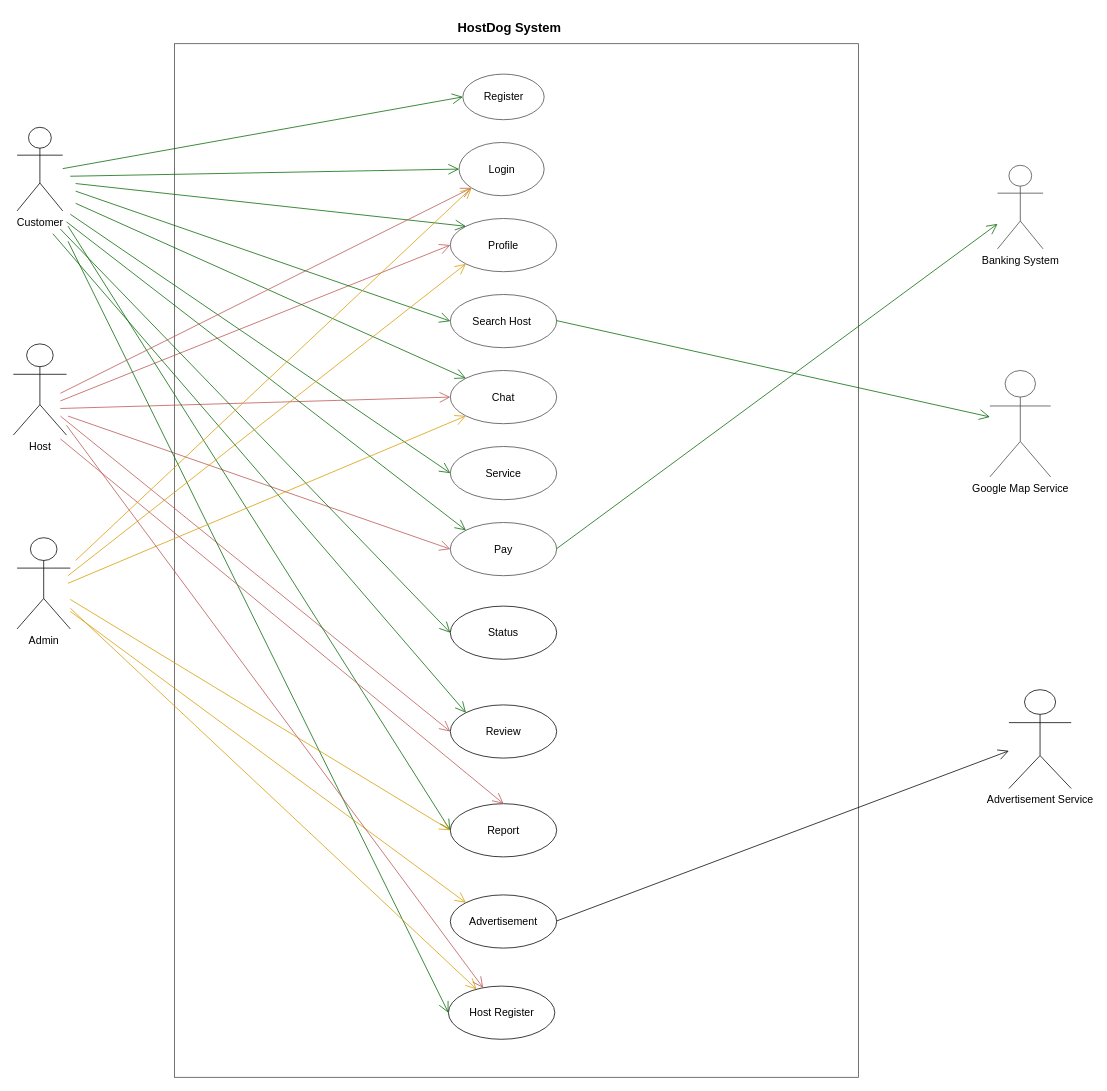
Earlier version of the draw.io diagram page "UseCaseDiagram" (1 of 2) of ProjectProcesses/HostDog_6UML/UML.drawio (Hostdogs/Project_Hostdog). Source tidied: cells renumbered, new cells numbered last; positions are measured from the earlier drawing's top-left corner, leaving out a move shared by most shapes. Both pictures are drawn from the tidied source at 76%, with x=0, y=0 at pixel (13, 13).
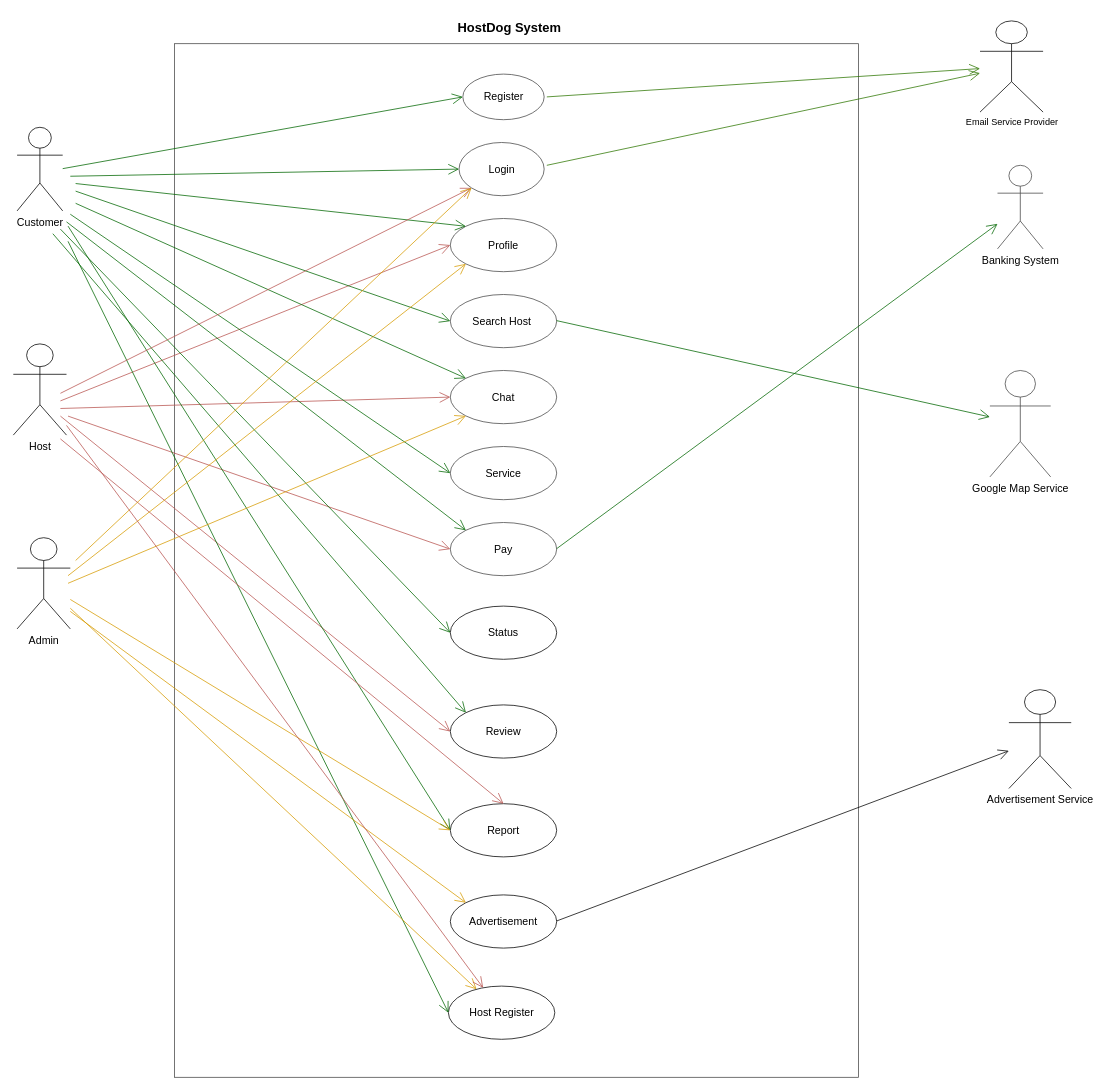
Above is the later version.

Diff of the diagram source:
```diff
@@
+    <mxCell id="49" value="Email Service Provider" style="shape=umlActor;verticalLabelPosition=bottom;verticalAlign=top;html=1;" parent="1" vertex="1">
+      <mxGeometry x="1272" y="10" width="83" height="120" as="geometry" />
+    </mxCell>
+    <mxCell id="50" style="endArrow=open;endFill=1;endSize=12;html=1;fillColor=#60a917;strokeColor=#2D7600;" parent="1" edge="1" target="49">
+      <mxGeometry relative="1" as="geometry">
+        <mxPoint x="702" y="110" as="sourcePoint" />
+      </mxGeometry>
+    </mxCell>
+    <mxCell id="51" style="endArrow=open;endFill=1;endSize=12;html=1;fillColor=#60a917;strokeColor=#2D7600;" parent="1" edge="1" target="49">
+      <mxGeometry relative="1" as="geometry">
+        <mxPoint x="702" y="200" as="sourcePoint" />
+      </mxGeometry>
+    </mxCell>
```
